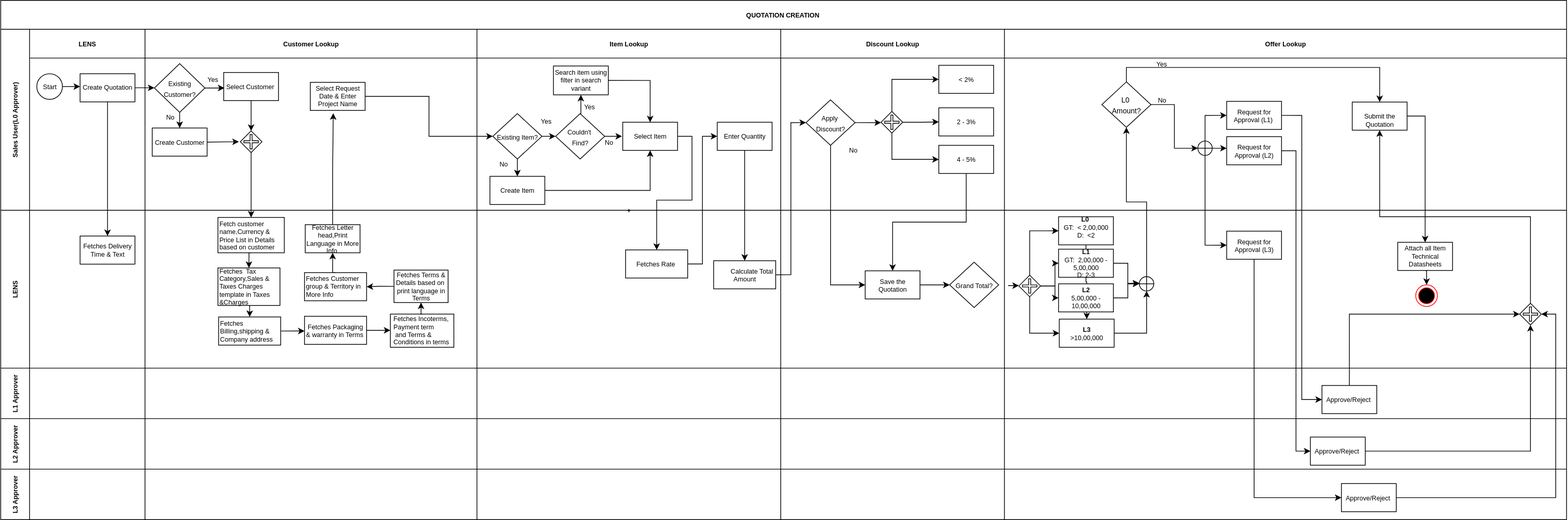
The draw.io diagram SGBCRR/SGBCRR-Quotation Approval BPMN .drawio.svg in Iswariya-LMNAs/Diagrams, before a commit. Source tidied: cells renumbered, new cells last; positions are measured from the earlier drawing's top-left corner, leaving out a move shared by most shapes.
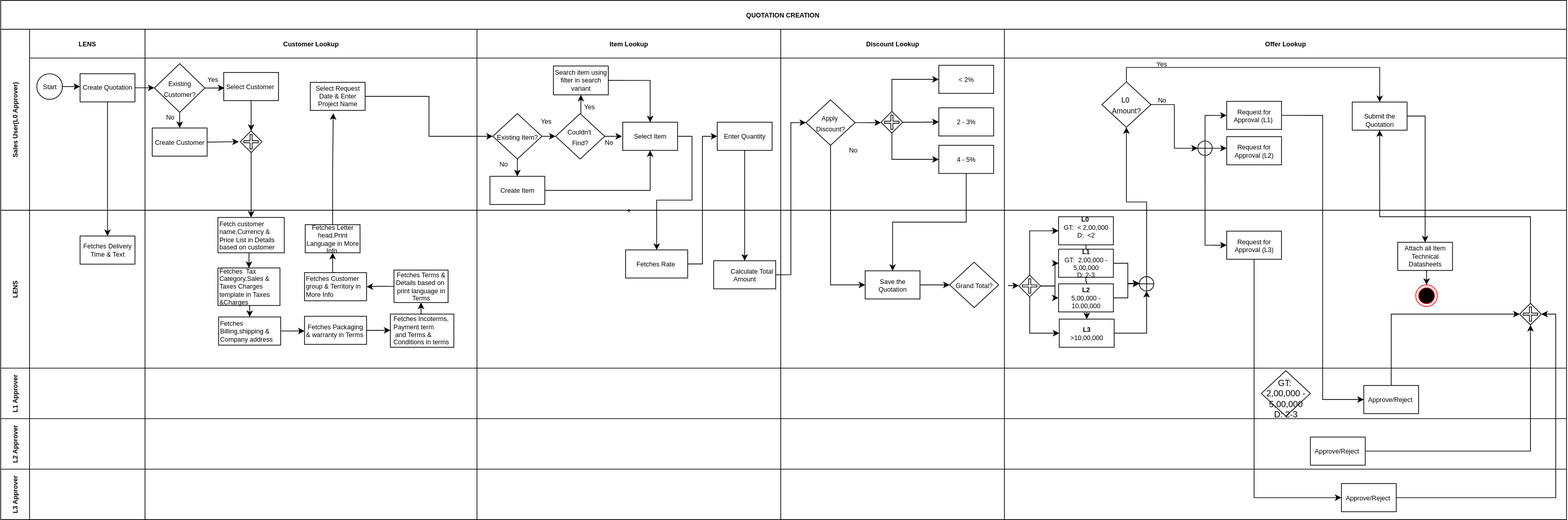
After the commit.

Diff of the diagram source:
```diff
@@ -382,8 +382,11 @@
       <mxGeometry x="1391" width="779" height="70" as="geometry" />
     </mxCell>
     <mxCell id="123" value="Approve/Reject&amp;nbsp;" style="rounded=0;whiteSpace=wrap;html=1;align=center;fontSize=9;" parent="122" vertex="1">
-      <mxGeometry x="440" y="24" width="76" height="39" as="geometry" />
+      <mxGeometry x="498" y="24" width="76" height="39" as="geometry" />
     </mxCell>
+    <mxCell id="158" value="&lt;div&gt;&lt;br&gt;&lt;/div&gt;&lt;div&gt;GT:&amp;nbsp; 2,00,000 - 5,00,000&lt;br&gt;D: 2-3&lt;/div&gt;" style="rhombus;whiteSpace=wrap;html=1;" parent="122" vertex="1">
+      <mxGeometry x="356" y="3.5" width="68" height="63" as="geometry" />
+    </mxCell>
     <mxCell id="124" value="L2 Approver" style="shape=tableRow;horizontal=0;swimlaneHead=0;swimlaneBody=0;top=0;left=0;strokeColor=inherit;bottom=0;right=0;fontStyle=1;fillColor=none;startSize=40;fontSize=9;" parent="33" vertex="1">
       <mxGeometry y="580" width="2170" height="70" as="geometry" />
     </mxCell>
@@ -438,9 +441,6 @@
     <mxCell id="141" style="edgeStyle=orthogonalEdgeStyle;rounded=0;jettySize=auto;html=1;exitX=0.5;exitY=1;exitDx=0;exitDy=0;entryX=0;entryY=0.5;entryDx=0;entryDy=0;" parent="33" edge="1" source="116" target="137">
       <mxGeometry relative="1" as="geometry" />
     </mxCell>
-    <mxCell id="142" style="edgeStyle=orthogonalEdgeStyle;rounded=0;jettySize=auto;html=1;exitX=1;exitY=0.5;exitDx=0;exitDy=0;entryX=0;entryY=0.5;entryDx=0;entryDy=0;" parent="33" edge="1" source="78" target="130">
-      <mxGeometry relative="1" as="geometry" />
-    </mxCell>
     <mxCell id="143" style="edgeStyle=orthogonalEdgeStyle;rounded=0;jettySize=auto;html=1;exitX=1;exitY=0.5;exitDx=0;exitDy=0;entryX=0.5;entryY=0;entryDx=0;entryDy=0;" parent="33" edge="1" source="76" target="114">
       <mxGeometry relative="1" as="geometry" />
     </mxCell>
```
